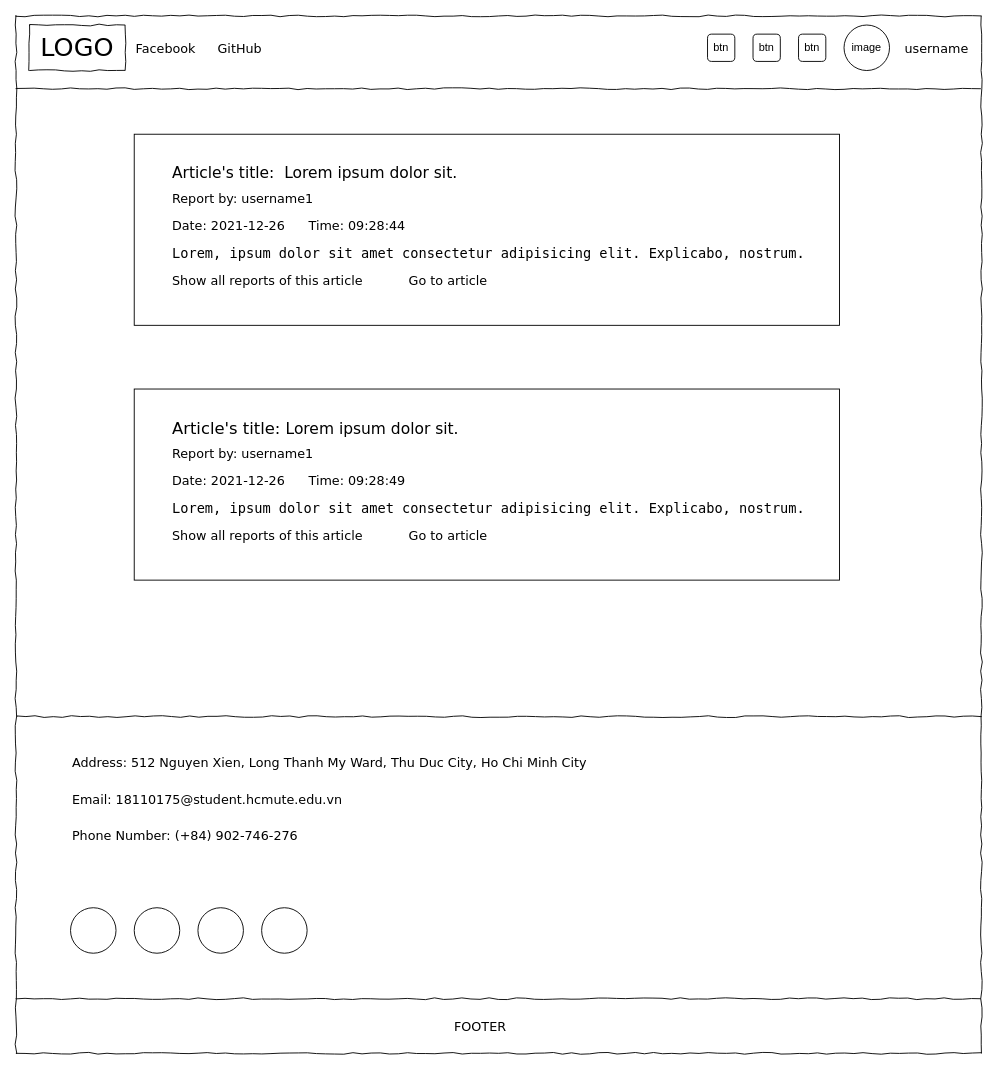
The draw.io diagram page "Page-5" (4 of 5) of documents/HomePage.drawio in dinhphu28/MOWE-TLCN-Late2021, before the edit. Source tidied: cells renumbered, new cells numbered last; positions are measured from the earlier drawing's top-left corner, leaving out a move shared by most shapes. Both pictures are drawn from the tidied source at 91%, with x=0, y=0 at pixel (15, 15).
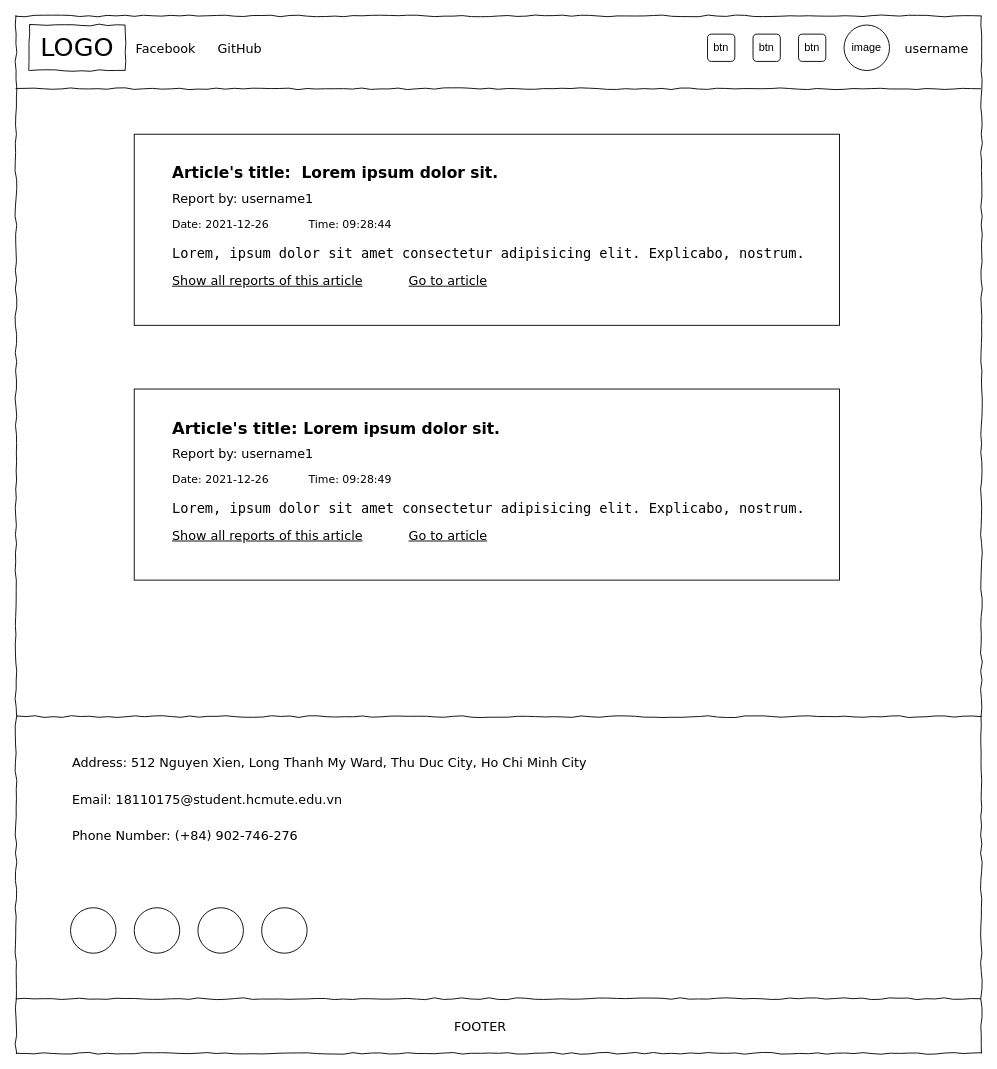
The same diagram, later.

The edit, as a diff of the source:
```diff
@@
-    <mxCell id="17" value="&lt;font style=&quot;font-size: 17px&quot;&gt;&lt;font style=&quot;font-size: 17px&quot;&gt;Article's title:&amp;nbsp;&lt;/font&gt;&amp;nbsp;Lorem ipsum dolor sit.&lt;/font&gt;" style="text;html=1;align=left;verticalAlign=top;spacingTop=-4;fontSize=14;fontFamily=Verdana;" parent="1" vertex="1">
+    <mxCell id="17" value="&lt;font style=&quot;font-size: 17px&quot;&gt;&lt;font style=&quot;font-size: 17px&quot;&gt;Article's title:&amp;nbsp;&lt;/font&gt;&amp;nbsp;Lorem ipsum dolor sit.&lt;/font&gt;" style="text;html=1;align=left;verticalAlign=top;spacingTop=-4;fontSize=14;fontFamily=Verdana;fontStyle=1;" parent="1" vertex="1">
       <mxGeometry x="170" y="160" width="330" height="20" as="geometry" />
     </mxCell>
@@
-    <mxCell id="23" value="Date: 2021-12-26" style="text;html=1;align=left;verticalAlign=top;spacingTop=-4;fontSize=14;fontFamily=Verdana;" parent="1" vertex="1">
+    <mxCell id="23" value="Date: 2021-12-26" style="text;html=1;align=left;verticalAlign=top;spacingTop=-4;fontSize=12;fontFamily=Verdana;" parent="1" vertex="1">
       <mxGeometry x="170" y="220" width="145" height="20" as="geometry" />
     </mxCell>
@@
-    <mxCell id="25" value="Show all reports of this article" style="text;html=1;align=left;verticalAlign=top;spacingTop=-4;fontSize=14;fontFamily=Verdana;" parent="1" vertex="1">
+    <mxCell id="25" value="Show all reports of this article" style="text;html=1;align=left;verticalAlign=top;spacingTop=-4;fontSize=14;fontFamily=Verdana;fontStyle=4;" parent="1" vertex="1">
       <mxGeometry x="170" y="280" width="115" height="20" as="geometry" />
     </mxCell>
-    <mxCell id="26" value="Go to article" style="text;html=1;align=left;verticalAlign=top;spacingTop=-4;fontSize=14;fontFamily=Verdana;" parent="1" vertex="1">
+    <mxCell id="26" value="Go to article" style="text;html=1;align=left;verticalAlign=top;spacingTop=-4;fontSize=14;fontFamily=Verdana;fontStyle=4;" parent="1" vertex="1">
       <mxGeometry x="430" y="280" width="115" height="20" as="geometry" />
     </mxCell>
-    <mxCell id="27" value="Time: 09:28:44" style="text;html=1;align=left;verticalAlign=top;spacingTop=-4;fontSize=14;fontFamily=Verdana;" parent="1" vertex="1">
+    <mxCell id="27" value="Time: 09:28:44" style="text;html=1;align=left;verticalAlign=top;spacingTop=-4;fontSize=12;fontFamily=Verdana;" parent="1" vertex="1">
       <mxGeometry x="320" y="220" width="145" height="20" as="geometry" />
     </mxCell>
@@
-    <mxCell id="29" value="&lt;font style=&quot;font-size: 18px&quot;&gt;Article's title:&amp;nbsp;&lt;/font&gt;&lt;span style=&quot;font-size: 17px&quot;&gt;Lorem ipsum dolor sit.&lt;/span&gt;" style="text;html=1;align=left;verticalAlign=top;spacingTop=-4;fontSize=14;fontFamily=Verdana;" parent="1" vertex="1">
+    <mxCell id="29" value="&lt;font style=&quot;font-size: 18px&quot;&gt;Article's title:&amp;nbsp;&lt;/font&gt;&lt;span style=&quot;font-size: 17px&quot;&gt;Lorem ipsum dolor sit.&lt;/span&gt;" style="text;html=1;align=left;verticalAlign=top;spacingTop=-4;fontSize=14;fontFamily=Verdana;fontStyle=1;" parent="1" vertex="1">
       <mxGeometry x="170" y="440" width="440" height="20" as="geometry" />
     </mxCell>
@@
-    <mxCell id="31" value="Date: 2021-12-26" style="text;html=1;align=left;verticalAlign=top;spacingTop=-4;fontSize=14;fontFamily=Verdana;" parent="1" vertex="1">
+    <mxCell id="31" value="Date: 2021-12-26" style="text;html=1;align=left;verticalAlign=top;spacingTop=-4;fontSize=12;fontFamily=Verdana;" parent="1" vertex="1">
       <mxGeometry x="170" y="500" width="145" height="20" as="geometry" />
     </mxCell>
@@
-    <mxCell id="33" value="Show all reports of this article" style="text;html=1;align=left;verticalAlign=top;spacingTop=-4;fontSize=14;fontFamily=Verdana;" parent="1" vertex="1">
+    <mxCell id="33" value="Show all reports of this article" style="text;html=1;align=left;verticalAlign=top;spacingTop=-4;fontSize=14;fontFamily=Verdana;fontStyle=4;" parent="1" vertex="1">
       <mxGeometry x="170" y="560" width="115" height="20" as="geometry" />
     </mxCell>
-    <mxCell id="34" value="Go to article" style="text;html=1;align=left;verticalAlign=top;spacingTop=-4;fontSize=14;fontFamily=Verdana;" parent="1" vertex="1">
+    <mxCell id="34" value="Go to article" style="text;html=1;align=left;verticalAlign=top;spacingTop=-4;fontSize=14;fontFamily=Verdana;fontStyle=4;" parent="1" vertex="1">
       <mxGeometry x="430" y="560" width="115" height="20" as="geometry" />
     </mxCell>
-    <mxCell id="35" value="Time: 09:28:49" style="text;html=1;align=left;verticalAlign=top;spacingTop=-4;fontSize=14;fontFamily=Verdana;" parent="1" vertex="1">
+    <mxCell id="35" value="Time: 09:28:49" style="text;html=1;align=left;verticalAlign=top;spacingTop=-4;fontSize=12;fontFamily=Verdana;" parent="1" vertex="1">
       <mxGeometry x="320" y="500" width="145" height="20" as="geometry" />
     </mxCell>
```
